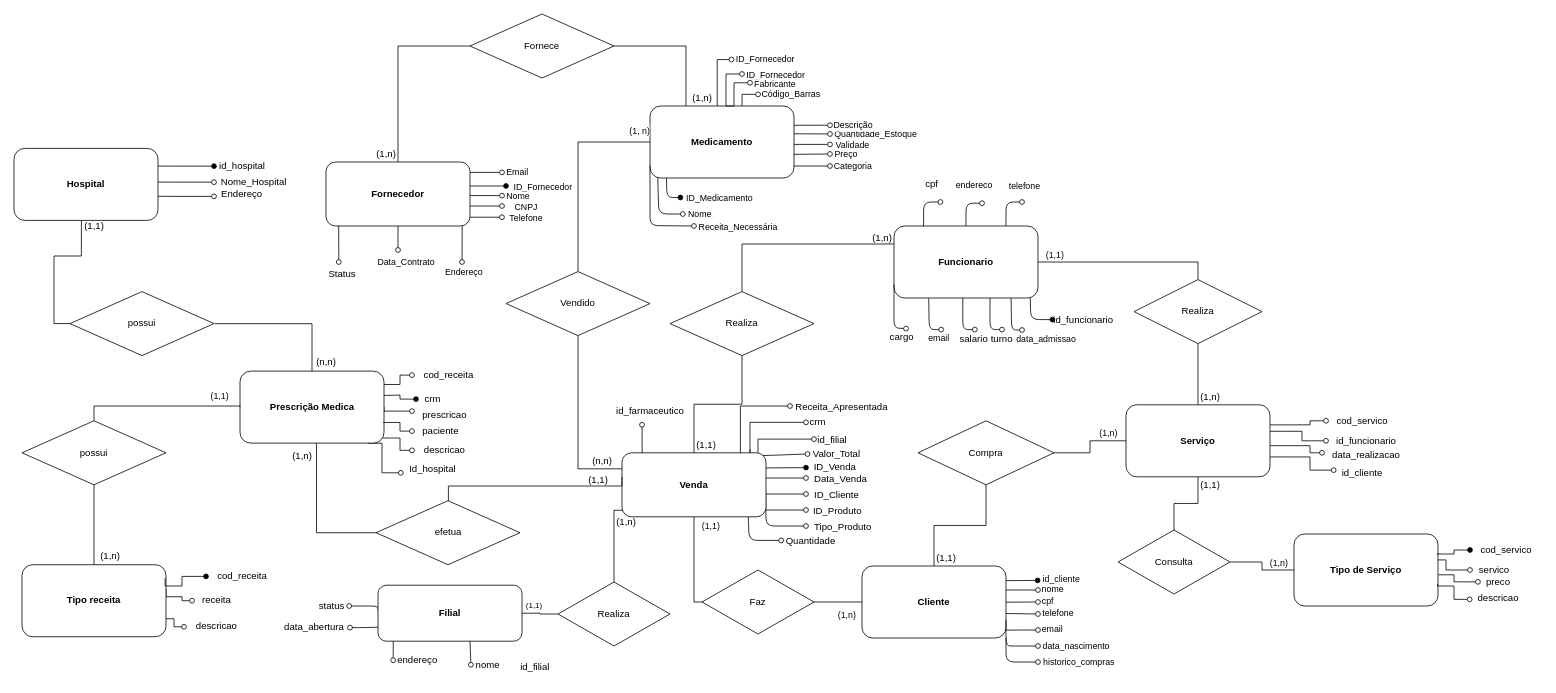
Before: diagrams/MER.drawio in and3510/Bank_Pharmacie_Work, a draw.io diagram. Source tidied: cells renumbered, new cells numbered last; positions are measured from the earlier drawing's top-left corner, leaving out a move shared by most shapes. Both pictures are drawn from the tidied source at 80%, with x=0, y=0 at pixel (14, 14).
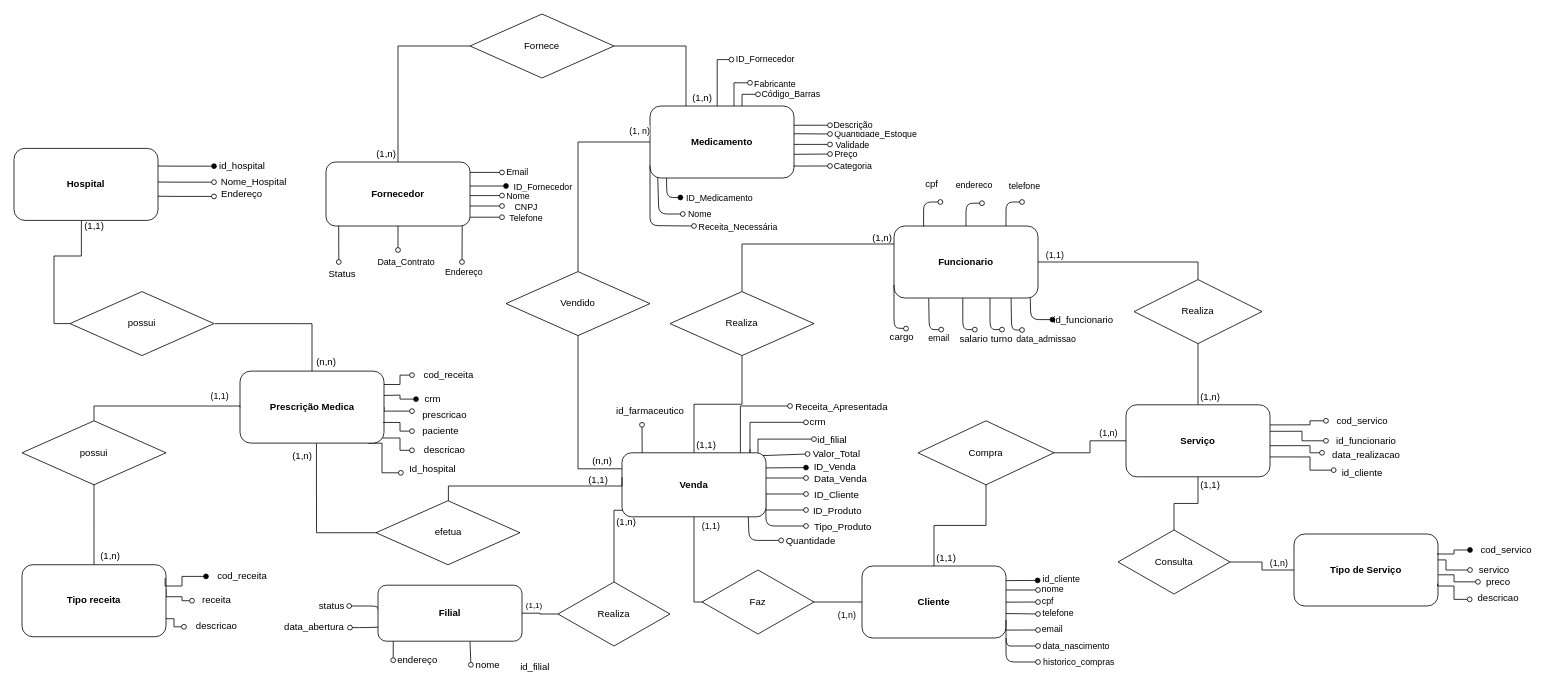
Above is the later version.

What changed in the source:
```diff
@@
-    <mxCell id="100" style="edgeStyle=orthogonalEdgeStyle;rounded=0;orthogonalLoop=1;jettySize=auto;html=1;endArrow=oval;endFill=0;exitX=0.583;exitY=0.056;exitDx=0;exitDy=0;exitPerimeter=0;" parent="1" edge="1">
-      <mxGeometry relative="1" as="geometry">
-        <mxPoint x="899.9" y="115" as="sourcePoint" />
-        <mxPoint x="910" y="75" as="targetPoint" />
-        <Array as="points">
-          <mxPoint x="890" y="115" />
-          <mxPoint x="890" y="75" />
-        </Array>
-      </mxGeometry>
-    </mxCell>
-    <mxCell id="101" value="ID_Fornecedor" style="edgeLabel;html=1;align=center;verticalAlign=middle;" parent="100" vertex="1">
-      <mxGeometry x="0.68" relative="1" as="geometry">
-        <mxPoint x="52" as="offset" />
-      </mxGeometry>
-    </mxCell>
```
